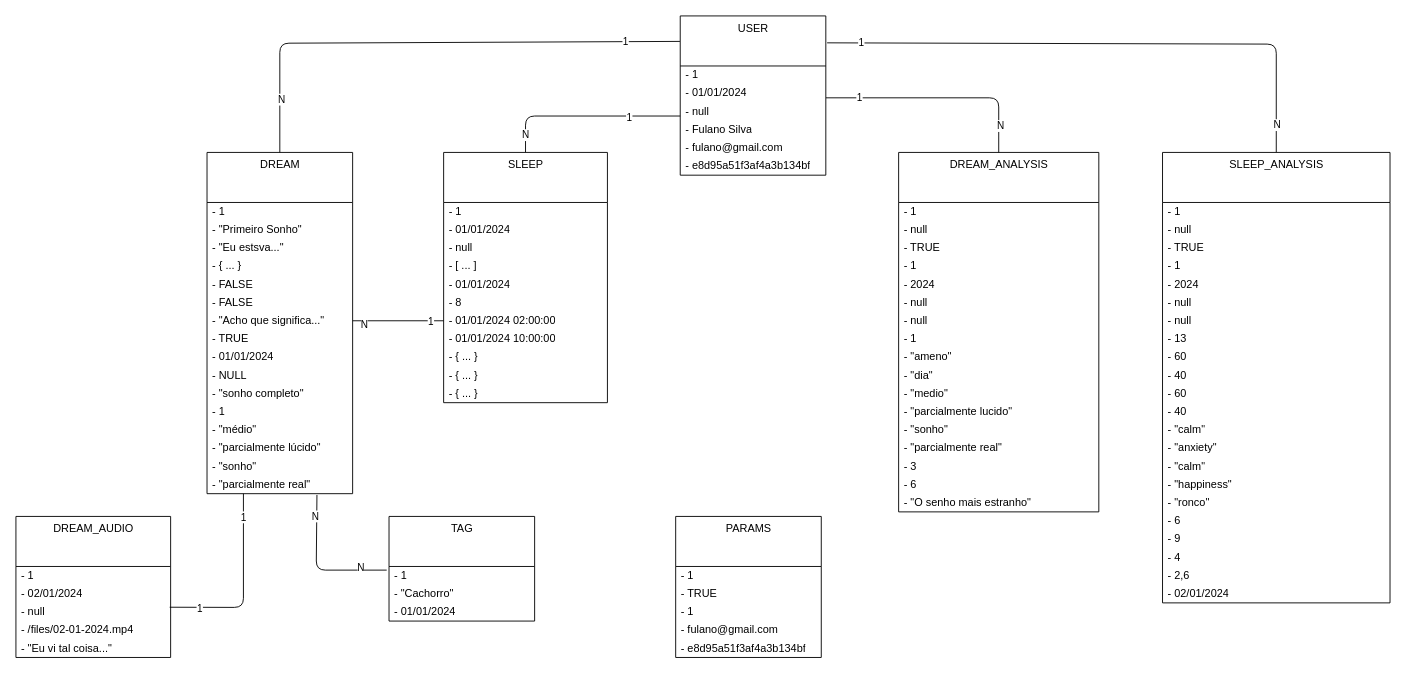
Above: docs/diagrama_classe_analise_objeto.drawio in raisson-souza/morfeus-backend (draw.io), before the change. Source tidied: cells renumbered, new cells numbered last; positions are measured from the earlier drawing's top-left corner, leaving out a move shared by most shapes. Both pictures are drawn from the tidied source at 91%, with x=0, y=0 at pixel (15, 15).
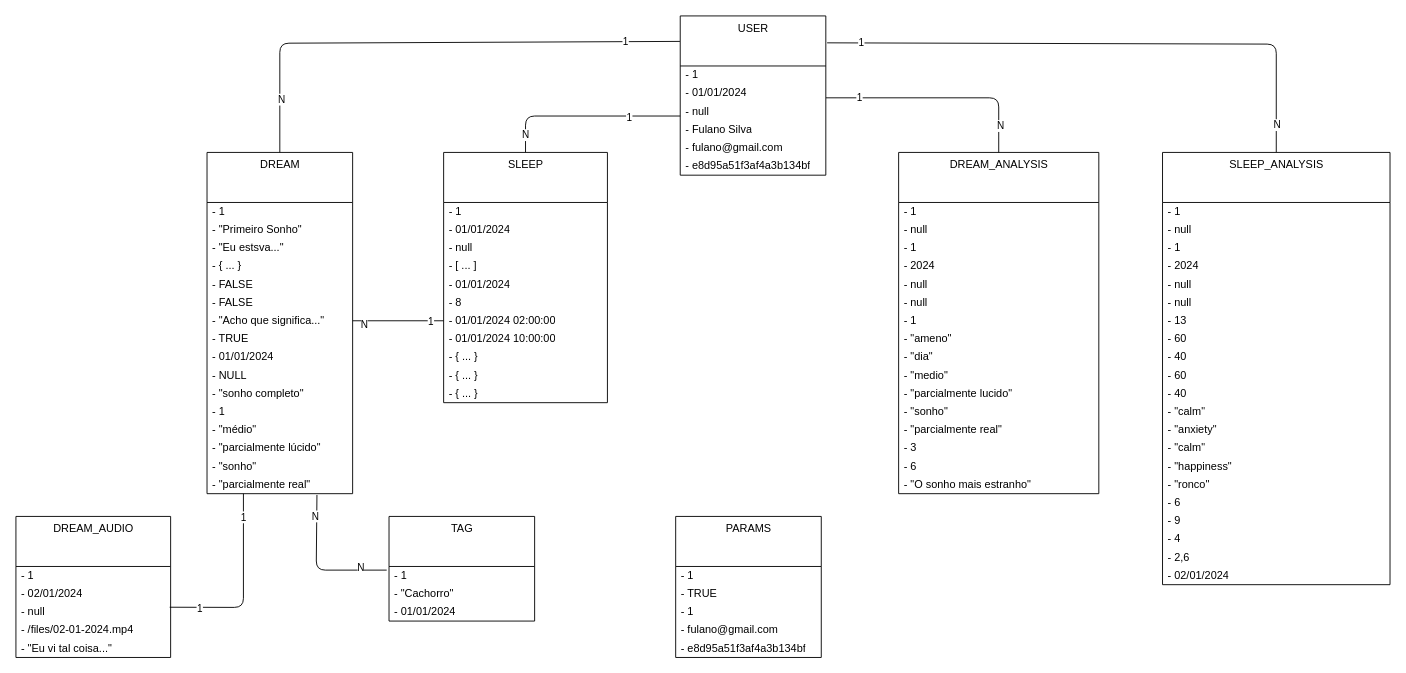
The same page after the edit.

Commit message (it also covers changes not shown here):
Atualização dos diagramas que envolvem estatísticas de sonho e sono.

What changed in the source:
```diff
@@
     <mxCell id="62" value="DREAM_ANALYSIS" style="swimlane;fontStyle=0;align=center;verticalAlign=top;horizontal=1;startSize=55;html=1;rounded=0;strokeColor=default;strokeWidth=1;" parent="1" vertex="1">
-      <mxGeometry x="970" y="150" width="220" height="395" as="geometry" />
+      <mxGeometry x="970" y="150" width="220" height="375" as="geometry" />
     </mxCell>
@@
-    <mxCell id="65" value="- TRUE" style="text;html=1;strokeColor=none;fillColor=none;align=left;verticalAlign=middle;spacingLeft=4;spacingRight=4;overflow=hidden;rounded=0;strokeWidth=1;" parent="62" vertex="1">
-      <mxGeometry y="95" width="220" height="20" as="geometry" />
-    </mxCell>
     <mxCell id="66" value="- 1" style="text;html=1;strokeColor=none;fillColor=none;align=left;verticalAlign=middle;spacingLeft=4;spacingRight=4;overflow=hidden;rounded=0;strokeWidth=1;" parent="62" vertex="1">
-      <mxGeometry y="115" width="220" height="20" as="geometry" />
+      <mxGeometry y="95" width="220" height="20" as="geometry" />
     </mxCell>
     <mxCell id="67" value="- 2024" style="text;html=1;strokeColor=none;fillColor=none;align=left;verticalAlign=middle;spacingLeft=4;spacingRight=4;overflow=hidden;rounded=0;strokeWidth=1;" parent="62" vertex="1">
-      <mxGeometry y="135" width="220" height="20" as="geometry" />
+      <mxGeometry y="115" width="220" height="20" as="geometry" />
     </mxCell>
     <mxCell id="68" value="- null" style="text;html=1;strokeColor=none;fillColor=none;align=left;verticalAlign=middle;spacingLeft=4;spacingRight=4;overflow=hidden;rounded=0;strokeWidth=1;" parent="62" vertex="1">
-      <mxGeometry y="155" width="220" height="20" as="geometry" />
+      <mxGeometry y="135" width="220" height="20" as="geometry" />
     </mxCell>
     <mxCell id="69" value="- null" style="text;html=1;strokeColor=none;fillColor=none;align=left;verticalAlign=middle;spacingLeft=4;spacingRight=4;overflow=hidden;rounded=0;strokeWidth=1;" parent="62" vertex="1">
-      <mxGeometry y="175" width="220" height="20" as="geometry" />
+      <mxGeometry y="155" width="220" height="20" as="geometry" />
     </mxCell>
     <mxCell id="70" value="- 1" style="text;html=1;strokeColor=none;fillColor=none;align=left;verticalAlign=middle;spacingLeft=4;spacingRight=4;overflow=hidden;rounded=0;strokeWidth=1;" parent="62" vertex="1">
-      <mxGeometry y="195" width="220" height="20" as="geometry" />
+      <mxGeometry y="175" width="220" height="20" as="geometry" />
     </mxCell>
     <mxCell id="71" value="- &quot;ameno&quot;" style="text;html=1;strokeColor=none;fillColor=none;align=left;verticalAlign=middle;spacingLeft=4;spacingRight=4;overflow=hidden;rounded=0;strokeWidth=1;" parent="62" vertex="1">
-      <mxGeometry y="215" width="220" height="20" as="geometry" />
+      <mxGeometry y="195" width="220" height="20" as="geometry" />
     </mxCell>
     <mxCell id="72" value="- &quot;dia&quot;" style="text;html=1;strokeColor=none;fillColor=none;align=left;verticalAlign=middle;spacingLeft=4;spacingRight=4;overflow=hidden;rounded=0;strokeWidth=1;" parent="62" vertex="1">
-      <mxGeometry y="235" width="220" height="20" as="geometry" />
+      <mxGeometry y="215" width="220" height="20" as="geometry" />
     </mxCell>
     <mxCell id="73" value="- &quot;medio&quot;" style="text;html=1;strokeColor=none;fillColor=none;align=left;verticalAlign=middle;spacingLeft=4;spacingRight=4;overflow=hidden;rounded=0;strokeWidth=1;" parent="62" vertex="1">
-      <mxGeometry y="255" width="220" height="20" as="geometry" />
+      <mxGeometry y="235" width="220" height="20" as="geometry" />
     </mxCell>
     <mxCell id="74" value="- &quot;parcialmente lucido&quot;" style="text;html=1;strokeColor=none;fillColor=none;align=left;verticalAlign=middle;spacingLeft=4;spacingRight=4;overflow=hidden;rounded=0;strokeWidth=1;" parent="62" vertex="1">
-      <mxGeometry y="275" width="220" height="20" as="geometry" />
+      <mxGeometry y="255" width="220" height="20" as="geometry" />
     </mxCell>
     <mxCell id="75" value="- &quot;sonho&quot;" style="text;html=1;strokeColor=none;fillColor=none;align=left;verticalAlign=middle;spacingLeft=4;spacingRight=4;overflow=hidden;rounded=0;strokeWidth=1;" parent="62" vertex="1">
-      <mxGeometry y="295" width="220" height="20" as="geometry" />
+      <mxGeometry y="275" width="220" height="20" as="geometry" />
     </mxCell>
     <mxCell id="76" value="- &quot;parcialmente real&quot;" style="text;html=1;strokeColor=none;fillColor=none;align=left;verticalAlign=middle;spacingLeft=4;spacingRight=4;overflow=hidden;rounded=0;strokeWidth=1;" parent="62" vertex="1">
-      <mxGeometry y="315" width="220" height="20" as="geometry" />
+      <mxGeometry y="295" width="220" height="20" as="geometry" />
     </mxCell>
     <mxCell id="77" value="- 3" style="text;html=1;strokeColor=none;fillColor=none;align=left;verticalAlign=middle;spacingLeft=4;spacingRight=4;overflow=hidden;rounded=0;strokeWidth=1;" parent="62" vertex="1">
-      <mxGeometry y="335" width="220" height="20" as="geometry" />
+      <mxGeometry y="315" width="220" height="20" as="geometry" />
     </mxCell>
     <mxCell id="78" value="- 6" style="text;html=1;strokeColor=none;fillColor=none;align=left;verticalAlign=middle;spacingLeft=4;spacingRight=4;overflow=hidden;rounded=0;strokeWidth=1;" parent="62" vertex="1">
-      <mxGeometry y="355" width="220" height="20" as="geometry" />
+      <mxGeometry y="335" width="220" height="20" as="geometry" />
     </mxCell>
-    <mxCell id="79" value="- &quot;O senho mais estranho&quot;" style="text;html=1;strokeColor=none;fillColor=none;align=left;verticalAlign=middle;spacingLeft=4;spacingRight=4;overflow=hidden;rounded=0;strokeWidth=1;" parent="62" vertex="1">
-      <mxGeometry y="375" width="220" height="20" as="geometry" />
+    <mxCell id="79" value="- &quot;O sonho mais estranho&quot;" style="text;html=1;strokeColor=none;fillColor=none;align=left;verticalAlign=middle;spacingLeft=4;spacingRight=4;overflow=hidden;rounded=0;strokeWidth=1;" parent="62" vertex="1">
+      <mxGeometry y="355" width="220" height="20" as="geometry" />
     </mxCell>
@@
     <mxCell id="83" value="SLEEP_ANALYSIS" style="swimlane;fontStyle=0;align=center;verticalAlign=top;horizontal=1;startSize=55;html=1;rounded=0;strokeColor=default;strokeWidth=1;" parent="1" vertex="1">
-      <mxGeometry x="1260" y="150" width="250" height="495" as="geometry" />
+      <mxGeometry x="1260" y="150" width="250" height="475" as="geometry" />
     </mxCell>
@@
-    <mxCell id="86" value="- TRUE" style="text;html=1;strokeColor=none;fillColor=none;align=left;verticalAlign=middle;spacingLeft=4;spacingRight=4;overflow=hidden;rounded=0;strokeWidth=1;" parent="83" vertex="1">
-      <mxGeometry y="95" width="250" height="20" as="geometry" />
-    </mxCell>
     <mxCell id="87" value="- 1" style="text;html=1;strokeColor=none;fillColor=none;align=left;verticalAlign=middle;spacingLeft=4;spacingRight=4;overflow=hidden;rounded=0;strokeWidth=1;" parent="83" vertex="1">
-      <mxGeometry y="115" width="250" height="20" as="geometry" />
+      <mxGeometry y="95" width="250" height="20" as="geometry" />
     </mxCell>
     <mxCell id="88" value="- 2024" style="text;html=1;strokeColor=none;fillColor=none;align=left;verticalAlign=middle;spacingLeft=4;spacingRight=4;overflow=hidden;rounded=0;strokeWidth=1;" parent="83" vertex="1">
-      <mxGeometry y="135" width="250" height="20" as="geometry" />
+      <mxGeometry y="115" width="250" height="20" as="geometry" />
     </mxCell>
     <mxCell id="89" value="- null" style="text;html=1;strokeColor=none;fillColor=none;align=left;verticalAlign=middle;spacingLeft=4;spacingRight=4;overflow=hidden;rounded=0;strokeWidth=1;" parent="83" vertex="1">
-      <mxGeometry y="155" width="250" height="20" as="geometry" />
+      <mxGeometry y="135" width="250" height="20" as="geometry" />
     </mxCell>
     <mxCell id="90" value="- null" style="text;html=1;strokeColor=none;fillColor=none;align=left;verticalAlign=middle;spacingLeft=4;spacingRight=4;overflow=hidden;rounded=0;strokeWidth=1;" parent="83" vertex="1">
-      <mxGeometry y="175" width="250" height="20" as="geometry" />
+      <mxGeometry y="155" width="250" height="20" as="geometry" />
     </mxCell>
     <mxCell id="91" value="- 13" style="text;html=1;strokeColor=none;fillColor=none;align=left;verticalAlign=middle;spacingLeft=4;spacingRight=4;overflow=hidden;rounded=0;strokeWidth=1;" parent="83" vertex="1">
-      <mxGeometry y="195" width="250" height="20" as="geometry" />
+      <mxGeometry y="175" width="250" height="20" as="geometry" />
     </mxCell>
     <mxCell id="92" value="- 60" style="text;html=1;strokeColor=none;fillColor=none;align=left;verticalAlign=middle;spacingLeft=4;spacingRight=4;overflow=hidden;rounded=0;strokeWidth=1;" parent="83" vertex="1">
-      <mxGeometry y="215" width="250" height="20" as="geometry" />
+      <mxGeometry y="195" width="250" height="20" as="geometry" />
     </mxCell>
     <mxCell id="93" value="- 40" style="text;html=1;strokeColor=none;fillColor=none;align=left;verticalAlign=middle;spacingLeft=4;spacingRight=4;overflow=hidden;rounded=0;strokeWidth=1;" parent="83" vertex="1">
-      <mxGeometry y="235" width="250" height="20" as="geometry" />
+      <mxGeometry y="215" width="250" height="20" as="geometry" />
     </mxCell>
     <mxCell id="94" value="- 60" style="text;html=1;strokeColor=none;fillColor=none;align=left;verticalAlign=middle;spacingLeft=4;spacingRight=4;overflow=hidden;rounded=0;strokeWidth=1;" parent="83" vertex="1">
-      <mxGeometry y="255" width="250" height="20" as="geometry" />
+      <mxGeometry y="235" width="250" height="20" as="geometry" />
     </mxCell>
     <mxCell id="95" value="- 40" style="text;html=1;strokeColor=none;fillColor=none;align=left;verticalAlign=middle;spacingLeft=4;spacingRight=4;overflow=hidden;rounded=0;strokeWidth=1;" parent="83" vertex="1">
-      <mxGeometry y="275" width="250" height="20" as="geometry" />
+      <mxGeometry y="255" width="250" height="20" as="geometry" />
     </mxCell>
     <mxCell id="96" value="- &quot;calm&quot;" style="text;html=1;strokeColor=none;fillColor=none;align=left;verticalAlign=middle;spacingLeft=4;spacingRight=4;overflow=hidden;rounded=0;strokeWidth=1;" parent="83" vertex="1">
-      <mxGeometry y="295" width="250" height="20" as="geometry" />
+      <mxGeometry y="275" width="250" height="20" as="geometry" />
     </mxCell>
     <mxCell id="97" value="- &quot;anxiety&quot;" style="text;html=1;strokeColor=none;fillColor=none;align=left;verticalAlign=middle;spacingLeft=4;spacingRight=4;overflow=hidden;rounded=0;strokeWidth=1;" parent="83" vertex="1">
-      <mxGeometry y="315" width="250" height="20" as="geometry" />
+      <mxGeometry y="295" width="250" height="20" as="geometry" />
     </mxCell>
     <mxCell id="98" value="- &quot;calm&quot;" style="text;html=1;strokeColor=none;fillColor=none;align=left;verticalAlign=middle;spacingLeft=4;spacingRight=4;overflow=hidden;rounded=0;strokeWidth=1;" parent="83" vertex="1">
-      <mxGeometry y="335" width="250" height="20" as="geometry" />
+      <mxGeometry y="315" width="250" height="20" as="geometry" />
     </mxCell>
     <mxCell id="99" value="- &quot;happiness&quot;" style="text;html=1;strokeColor=none;fillColor=none;align=left;verticalAlign=middle;spacingLeft=4;spacingRight=4;overflow=hidden;rounded=0;strokeWidth=1;" parent="83" vertex="1">
-      <mxGeometry y="355" width="250" height="20" as="geometry" />
+      <mxGeometry y="335" width="250" height="20" as="geometry" />
     </mxCell>
     <mxCell id="100" value="- &quot;ronco&quot;" style="text;html=1;strokeColor=none;fillColor=none;align=left;verticalAlign=middle;spacingLeft=4;spacingRight=4;overflow=hidden;rounded=0;strokeWidth=1;" parent="83" vertex="1">
-      <mxGeometry y="375" width="250" height="20" as="geometry" />
+      <mxGeometry y="355" width="250" height="20" as="geometry" />
     </mxCell>
     <mxCell id="101" value="- 6" style="text;html=1;strokeColor=none;fillColor=none;align=left;verticalAlign=middle;spacingLeft=4;spacingRight=4;overflow=hidden;rounded=0;strokeWidth=1;" parent="83" vertex="1">
-      <mxGeometry y="395" width="250" height="20" as="geometry" />
+      <mxGeometry y="375" width="250" height="20" as="geometry" />
     </mxCell>
     <mxCell id="102" value="- 9" style="text;html=1;strokeColor=none;fillColor=none;align=left;verticalAlign=middle;spacingLeft=4;spacingRight=4;overflow=hidden;rounded=0;strokeWidth=1;" parent="83" vertex="1">
-      <mxGeometry y="415" width="250" height="20" as="geometry" />
+      <mxGeometry y="395" width="250" height="20" as="geometry" />
     </mxCell>
     <mxCell id="103" value="- 4" style="text;html=1;strokeColor=none;fillColor=none;align=left;verticalAlign=middle;spacingLeft=4;spacingRight=4;overflow=hidden;rounded=0;strokeWidth=1;" parent="83" vertex="1">
-      <mxGeometry y="435" width="250" height="20" as="geometry" />
+      <mxGeometry y="415" width="250" height="20" as="geometry" />
     </mxCell>
     <mxCell id="104" value="- 2,6" style="text;html=1;strokeColor=none;fillColor=none;align=left;verticalAlign=middle;spacingLeft=4;spacingRight=4;overflow=hidden;rounded=0;strokeWidth=1;" parent="83" vertex="1">
-      <mxGeometry y="455" width="250" height="20" as="geometry" />
+      <mxGeometry y="435" width="250" height="20" as="geometry" />
     </mxCell>
     <mxCell id="105" value="- 02/01/2024" style="text;html=1;strokeColor=none;fillColor=none;align=left;verticalAlign=middle;spacingLeft=4;spacingRight=4;overflow=hidden;rounded=0;strokeWidth=1;" parent="83" vertex="1">
-      <mxGeometry y="475" width="250" height="20" as="geometry" />
+      <mxGeometry y="455" width="250" height="20" as="geometry" />
     </mxCell>
```
